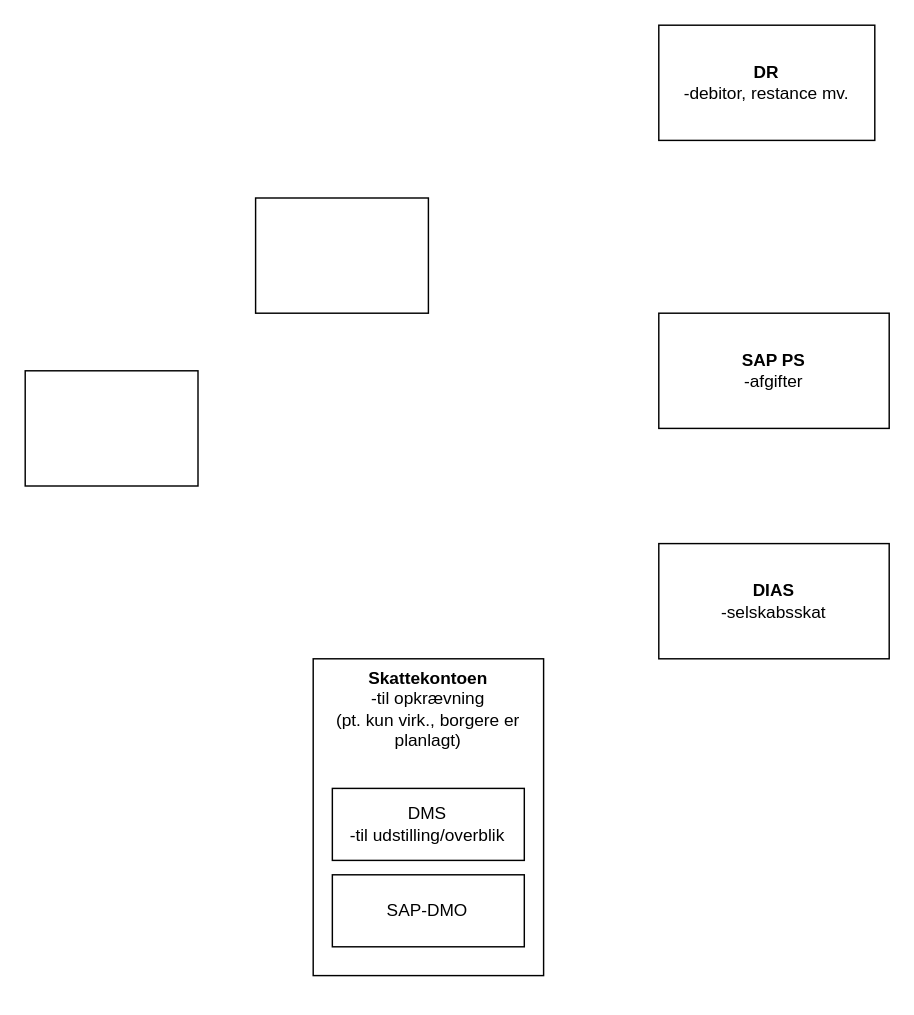
Before: UFST essential.drawio in Zaladk/drawio, a draw.io diagram. Source tidied: cells renumbered, new cells numbered last; positions are measured from the earlier drawing's top-left corner, leaving out a move shared by most shapes. Both pictures are drawn from the tidied source at 144%, with x=0, y=0 at pixel (24, 24).
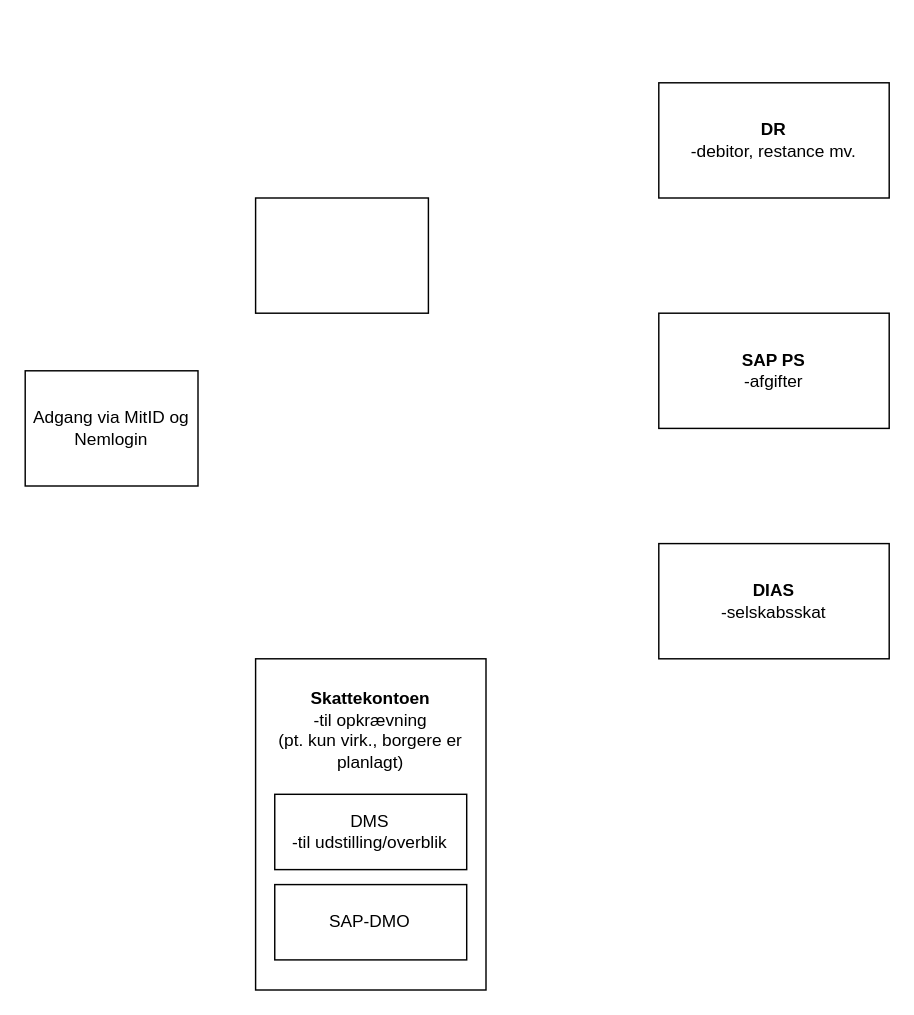
Above is the later version.

What changed in the source:
```diff
@@
 <mxGraphModel>
   <root>
     <mxCell id="0" />
     <mxCell id="1" parent="0" />
-    <mxCell id="2" style="rounded=0;whiteSpace=wrap;html=1;" parent="1" vertex="1">
+    <mxCell id="2" value="Adgang via MitID og Nemlogin" style="rounded=0;whiteSpace=wrap;html=1;" parent="1" vertex="1">
       <mxGeometry y="240" width="120" height="80" as="geometry" />
     </mxCell>
     <mxCell id="3" style="rounded=0;whiteSpace=wrap;html=1;" parent="1" vertex="1">
       <mxGeometry x="160" y="120" width="120" height="80" as="geometry" />
     </mxCell>
     <mxCell id="4" value="&lt;b&gt;DIAS&lt;/b&gt;&lt;div&gt;-selskabsskat&lt;/div&gt;" style="rounded=0;whiteSpace=wrap;html=1;" parent="1" vertex="1">
       <mxGeometry x="440" y="360" width="160" height="80" as="geometry" />
     </mxCell>
     <mxCell id="5" value="&lt;b&gt;SAP PS&lt;/b&gt;&lt;div&gt;-afgifter&lt;/div&gt;" style="rounded=0;whiteSpace=wrap;html=1;" parent="1" vertex="1">
       <mxGeometry x="440" y="200" width="160" height="80" as="geometry" />
     </mxCell>
     <mxCell id="6" style="group;" parent="1" vertex="1">
-      <mxGeometry x="200" y="440" width="160" height="220" as="geometry" />
+      <mxGeometry x="160" y="440" width="160" height="230" as="geometry" />
     </mxCell>
-    <mxCell id="7" value="&lt;b&gt;Skattekontoen&lt;/b&gt;&lt;div&gt;-til opkrævning&lt;br&gt;&lt;div&gt;(pt. kun virk., borgere er planlagt)&lt;/div&gt;&lt;/div&gt;" style="rounded=0;whiteSpace=wrap;html=1;verticalAlign=top;" parent="6" vertex="1">
-      <mxGeometry width="160" height="220" as="geometry" />
+    <mxCell id="7" value="&lt;div&gt;&lt;b&gt;&lt;br&gt;&lt;/b&gt;&lt;/div&gt;&lt;b&gt;Skattekontoen&lt;/b&gt;&lt;div&gt;-til opkrævning&lt;br&gt;&lt;div&gt;(pt. kun virk., borgere er planlagt)&lt;/div&gt;&lt;/div&gt;" style="rounded=0;whiteSpace=wrap;html=1;verticalAlign=top;" parent="6" vertex="1">
+      <mxGeometry width="160" height="230" as="geometry" />
     </mxCell>
     <mxCell id="8" value="DMS&lt;div&gt;-til udstilling/overblik&lt;/div&gt;" style="rounded=0;whiteSpace=wrap;html=1;" parent="6" vertex="1">
-      <mxGeometry x="13.3" y="90" width="133.3" height="50" as="geometry" />
+      <mxGeometry x="13.3" y="94.1" width="133.3" height="52.3" as="geometry" />
     </mxCell>
     <mxCell id="9" value="SAP-DMO" style="rounded=0;whiteSpace=wrap;html=1;" parent="6" vertex="1">
-      <mxGeometry x="13.3" y="150" width="133.3" height="50" as="geometry" />
+      <mxGeometry x="13.3" y="156.8" width="133.3" height="52.3" as="geometry" />
     </mxCell>
     <mxCell id="10" value="&lt;b&gt;DR&lt;/b&gt;&lt;div&gt;-debitor, restance mv.&lt;/div&gt;" style="rounded=0;whiteSpace=wrap;html=1;" parent="1" vertex="1">
-      <mxGeometry x="440" width="150" height="80" as="geometry" />
+      <mxGeometry x="440" y="40" width="160" height="80" as="geometry" />
     </mxCell>
   </root>
 </mxGraphModel>
```
